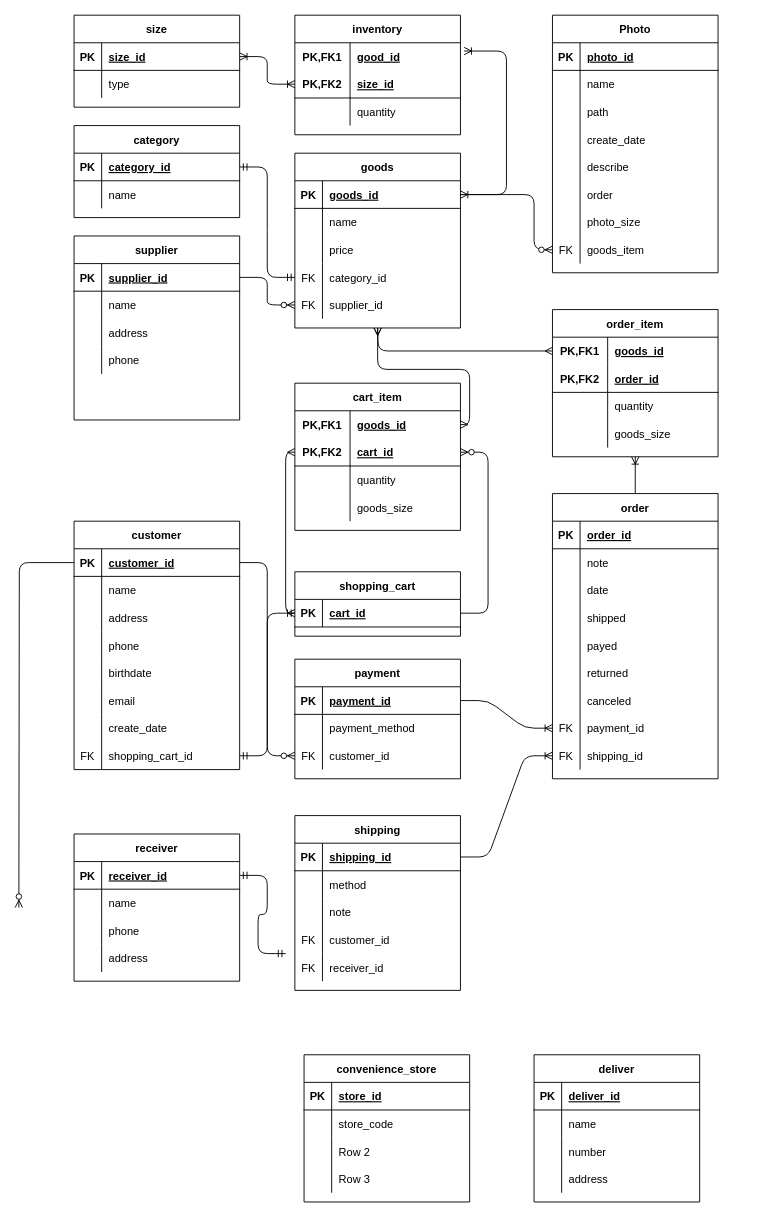
Before: ermodel.drawio in BoshiLee/ecommerce, a draw.io diagram. Source tidied: cells renumbered, new cells numbered last; positions are measured from the earlier drawing's top-left corner, leaving out a move shared by most shapes. Both pictures are drawn from the tidied source at 92%, with x=0, y=0 at pixel (18, 15).
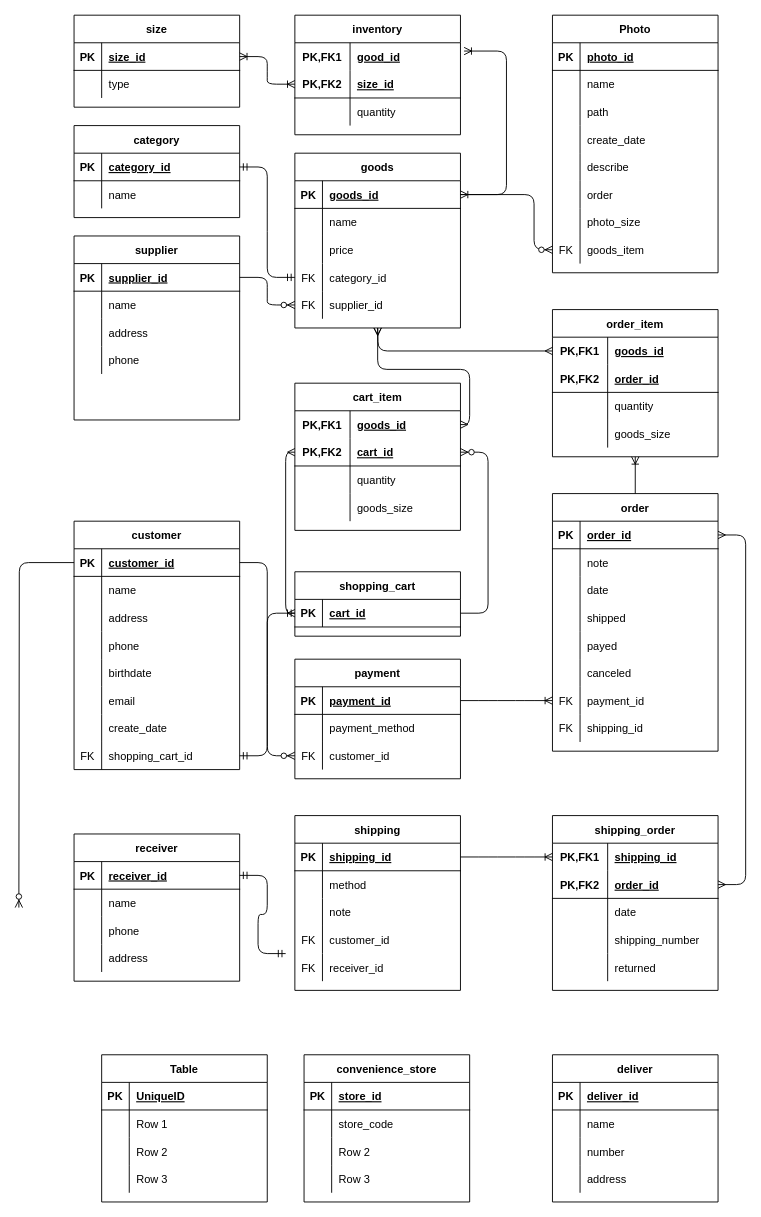
Above is the later version.

The change refers to these unchanged cells:
```xml
<mxCell id="78" style="shape=partialRectangle;fillColor=none;top=0;left=0;bottom=1;right=0;points=[[0,0.5],[1,0.5]];portConstraint=eastwest;" parent="77" vertex="1">
  <mxGeometry y="30" width="180" height="30" as="geometry" />
</mxCell>
<mxCell id="145" style="shape=partialRectangle;fillColor=none;top=0;left=0;bottom=1;right=0;points=[[0,0.5],[1,0.5]];portConstraint=eastwest;" parent="144" vertex="1">
  <mxGeometry y="30" width="180" height="30" as="geometry" />
</mxCell>
```

What changed in the source:
```diff
@@
     <mxCell id="77" value="order" style="shape=table;startSize=30;childLayout=tableLayout;rowLines=0;fontStyle=1;align=center;" parent="1" vertex="1">
-      <mxGeometry x="580" y="520" width="180" height="310" as="geometry" />
+      <mxGeometry x="580" y="520" width="180" height="280" as="geometry" />
     </mxCell>
@@
-    <mxCell id="93" style="shape=partialRectangle;fillColor=none;top=0;left=0;bottom=0;right=0;" parent="77" vertex="1">
-      <mxGeometry y="180" width="180" height="30" as="geometry" />
-    </mxCell>
-    <mxCell id="94" style="shape=partialRectangle;fillColor=none;top=0;left=0;bottom=0;right=0;overflow=hidden;" parent="93" vertex="1">
-      <mxGeometry width="30" height="30" as="geometry" />
-    </mxCell>
-    <mxCell id="95" value="returned" style="shape=partialRectangle;fillColor=none;top=0;left=0;bottom=0;right=0;align=left;spacingLeft=6;overflow=hidden;" parent="93" vertex="1">
-      <mxGeometry x="30" width="150" height="30" as="geometry" />
-    </mxCell>
     <mxCell id="96" style="shape=partialRectangle;fillColor=none;top=0;left=0;bottom=0;right=0;" parent="77" vertex="1">
-      <mxGeometry y="210" width="180" height="30" as="geometry" />
+      <mxGeometry y="180" width="180" height="30" as="geometry" />
     </mxCell>
@@
     <mxCell id="99" style="shape=partialRectangle;fillColor=none;top=0;left=0;bottom=0;right=0;points=[[0,0.5],[1,0.5]];portConstraint=eastwest;" parent="77" vertex="1">
-      <mxGeometry y="240" width="180" height="30" as="geometry" />
+      <mxGeometry y="210" width="180" height="30" as="geometry" />
     </mxCell>
@@
     <mxCell id="102" style="shape=partialRectangle;fillColor=none;top=0;left=0;bottom=0;right=0;points=[[0,0.5],[1,0.5]];portConstraint=eastwest;" parent="77" vertex="1">
-      <mxGeometry y="270" width="180" height="30" as="geometry" />
+      <mxGeometry y="240" width="180" height="30" as="geometry" />
     </mxCell>
@@
     <mxCell id="203" value="deliver" style="shape=table;startSize=30;childLayout=tableLayout;rowLines=0;fontStyle=1;align=center;" parent="1" vertex="1">
-      <mxGeometry x="560" y="1130" width="180" height="160" as="geometry" />
+      <mxGeometry x="580" y="1130" width="180" height="160" as="geometry" />
     </mxCell>
@@
-    <mxCell id="230" style="edgeStyle=entityRelationEdgeStyle;fontSize=12;html=1;endArrow=ERoneToMany;entryX=0;entryY=0.5;entryDx=0;entryDy=0;exitX=1;exitY=0.5;exitDx=0;exitDy=0;" parent="1" edge="1" source="145" target="102">
+    <mxCell id="230" style="edgeStyle=entityRelationEdgeStyle;fontSize=12;html=1;endArrow=ERoneToMany;entryX=0;entryY=0.5;entryDx=0;entryDy=0;exitX=1;exitY=0.5;exitDx=0;exitDy=0;" parent="1" edge="1" source="145" target="258">
       <mxGeometry relative="1" as="geometry" />
     </mxCell>
@@
+    <mxCell id="244" value="Table" style="shape=table;startSize=30;childLayout=tableLayout;rowLines=0;fontStyle=1;align=center;" parent="1" vertex="1">
+      <mxGeometry x="90" y="1130" width="180" height="160" as="geometry" />
+    </mxCell>
+    <mxCell id="245" style="shape=partialRectangle;fillColor=none;top=0;left=0;bottom=1;right=0;" parent="244" vertex="1">
+      <mxGeometry y="30" width="180" height="30" as="geometry" />
+    </mxCell>
+    <mxCell id="246" value="PK" style="shape=partialRectangle;fillColor=none;top=0;left=0;bottom=0;right=0;fontStyle=1;overflow=hidden;" parent="245" vertex="1">
+      <mxGeometry width="30" height="30" as="geometry" />
+    </mxCell>
+    <mxCell id="247" value="UniqueID" style="shape=partialRectangle;fillColor=none;top=0;left=0;bottom=0;right=0;align=left;spacingLeft=6;fontStyle=5;overflow=hidden;" parent="245" vertex="1">
+      <mxGeometry x="30" width="150" height="30" as="geometry" />
+    </mxCell>
+    <mxCell id="248" style="shape=partialRectangle;fillColor=none;top=0;left=0;bottom=0;right=0;" parent="244" vertex="1">
+      <mxGeometry y="60" width="180" height="30" as="geometry" />
+    </mxCell>
+    <mxCell id="249" style="shape=partialRectangle;fillColor=none;top=0;left=0;bottom=0;right=0;overflow=hidden;" parent="248" vertex="1">
+      <mxGeometry width="30" height="30" as="geometry" />
+    </mxCell>
+    <mxCell id="250" value="Row 1" style="shape=partialRectangle;fillColor=none;top=0;left=0;bottom=0;right=0;align=left;spacingLeft=6;overflow=hidden;" parent="248" vertex="1">
+      <mxGeometry x="30" width="150" height="30" as="geometry" />
+    </mxCell>
+    <mxCell id="251" style="shape=partialRectangle;fillColor=none;top=0;left=0;bottom=0;right=0;" parent="244" vertex="1">
+      <mxGeometry y="90" width="180" height="30" as="geometry" />
+    </mxCell>
+    <mxCell id="252" style="shape=partialRectangle;fillColor=none;top=0;left=0;bottom=0;right=0;overflow=hidden;" parent="251" vertex="1">
+      <mxGeometry width="30" height="30" as="geometry" />
+    </mxCell>
+    <mxCell id="253" value="Row 2" style="shape=partialRectangle;fillColor=none;top=0;left=0;bottom=0;right=0;align=left;spacingLeft=6;overflow=hidden;" parent="251" vertex="1">
+      <mxGeometry x="30" width="150" height="30" as="geometry" />
+    </mxCell>
+    <mxCell id="254" style="shape=partialRectangle;fillColor=none;top=0;left=0;bottom=0;right=0;" parent="244" vertex="1">
+      <mxGeometry y="120" width="180" height="30" as="geometry" />
+    </mxCell>
+    <mxCell id="255" style="shape=partialRectangle;fillColor=none;top=0;left=0;bottom=0;right=0;overflow=hidden;" parent="254" vertex="1">
+      <mxGeometry width="30" height="30" as="geometry" />
+    </mxCell>
+    <mxCell id="256" value="Row 3" style="shape=partialRectangle;fillColor=none;top=0;left=0;bottom=0;right=0;align=left;spacingLeft=6;overflow=hidden;" parent="254" vertex="1">
+      <mxGeometry x="30" width="150" height="30" as="geometry" />
+    </mxCell>
+    <mxCell id="257" value="shipping_order" style="shape=table;startSize=30;childLayout=tableLayout;rowLines=0;fontStyle=1;align=center;" parent="1" vertex="1">
+      <mxGeometry x="580" y="870" width="180" height="190" as="geometry" />
+    </mxCell>
+    <mxCell id="258" style="shape=partialRectangle;fillColor=none;top=0;left=0;bottom=0;right=0;points=[[0,0.5],[1,0.5]];portConstraint=eastwest;" parent="257" vertex="1">
+      <mxGeometry y="30" width="180" height="30" as="geometry" />
+    </mxCell>
+    <mxCell id="259" value="PK,FK1" style="shape=partialRectangle;fillColor=none;top=0;left=0;bottom=0;right=0;fontStyle=1;overflow=hidden;" parent="258" vertex="1">
+      <mxGeometry width="60" height="30" as="geometry" />
+    </mxCell>
+    <mxCell id="260" value="shipping_id" style="shape=partialRectangle;fillColor=none;top=0;left=0;bottom=0;right=0;align=left;spacingLeft=6;fontStyle=5;overflow=hidden;" parent="258" vertex="1">
+      <mxGeometry x="60" width="120" height="30" as="geometry" />
+    </mxCell>
+    <mxCell id="261" style="shape=partialRectangle;fillColor=none;top=0;left=0;bottom=1;right=0;points=[[0,0.5],[1,0.5]];portConstraint=eastwest;" parent="257" vertex="1">
+      <mxGeometry y="60" width="180" height="30" as="geometry" />
+    </mxCell>
+    <mxCell id="262" value="PK,FK2" style="shape=partialRectangle;fillColor=none;top=0;left=0;bottom=0;right=0;fontStyle=1;overflow=hidden;" parent="261" vertex="1">
+      <mxGeometry width="60" height="30" as="geometry" />
+    </mxCell>
+    <mxCell id="263" value="order_id" style="shape=partialRectangle;fillColor=none;top=0;left=0;bottom=0;right=0;align=left;spacingLeft=6;fontStyle=5;overflow=hidden;" parent="261" vertex="1">
+      <mxGeometry x="60" width="120" height="30" as="geometry" />
+    </mxCell>
+    <mxCell id="264" style="shape=partialRectangle;fillColor=none;top=0;left=0;bottom=0;right=0;" parent="257" vertex="1">
+      <mxGeometry y="90" width="180" height="30" as="geometry" />
+    </mxCell>
+    <mxCell id="265" style="shape=partialRectangle;fillColor=none;top=0;left=0;bottom=0;right=0;overflow=hidden;" parent="264" vertex="1">
+      <mxGeometry width="60" height="30" as="geometry" />
+    </mxCell>
+    <mxCell id="266" value="date" style="shape=partialRectangle;fillColor=none;top=0;left=0;bottom=0;right=0;align=left;spacingLeft=6;overflow=hidden;" parent="264" vertex="1">
+      <mxGeometry x="60" width="120" height="30" as="geometry" />
+    </mxCell>
+    <mxCell id="267" style="shape=partialRectangle;fillColor=none;top=0;left=0;bottom=0;right=0;" parent="257" vertex="1">
+      <mxGeometry y="120" width="180" height="30" as="geometry" />
+    </mxCell>
+    <mxCell id="268" style="shape=partialRectangle;fillColor=none;top=0;left=0;bottom=0;right=0;overflow=hidden;" parent="267" vertex="1">
+      <mxGeometry width="60" height="30" as="geometry" />
+    </mxCell>
+    <mxCell id="269" value="shipping_number" style="shape=partialRectangle;fillColor=none;top=0;left=0;bottom=0;right=0;align=left;spacingLeft=6;overflow=hidden;" parent="267" vertex="1">
+      <mxGeometry x="60" width="120" height="30" as="geometry" />
+    </mxCell>
+    <mxCell id="93" style="shape=partialRectangle;fillColor=none;top=0;left=0;bottom=0;right=0;" parent="257" vertex="1">
+      <mxGeometry y="150" width="180" height="30" as="geometry" />
+    </mxCell>
+    <mxCell id="94" style="shape=partialRectangle;fillColor=none;top=0;left=0;bottom=0;right=0;overflow=hidden;" parent="93" vertex="1">
+      <mxGeometry width="60" height="30" as="geometry" />
+    </mxCell>
+    <mxCell id="95" value="returned" style="shape=partialRectangle;fillColor=none;top=0;left=0;bottom=0;right=0;align=left;spacingLeft=6;overflow=hidden;" parent="93" vertex="1">
+      <mxGeometry x="60" width="120" height="30" as="geometry" />
+    </mxCell>
+    <mxCell id="270" style="edgeStyle=entityRelationEdgeStyle;fontSize=12;html=1;endArrow=ERmany;startArrow=ERmany;entryX=1;entryY=0.5;entryDx=0;entryDy=0;exitX=1;exitY=0.5;exitDx=0;exitDy=0;" parent="1" edge="1" source="261" target="78">
+      <mxGeometry relative="1" as="geometry" />
+    </mxCell>
```
